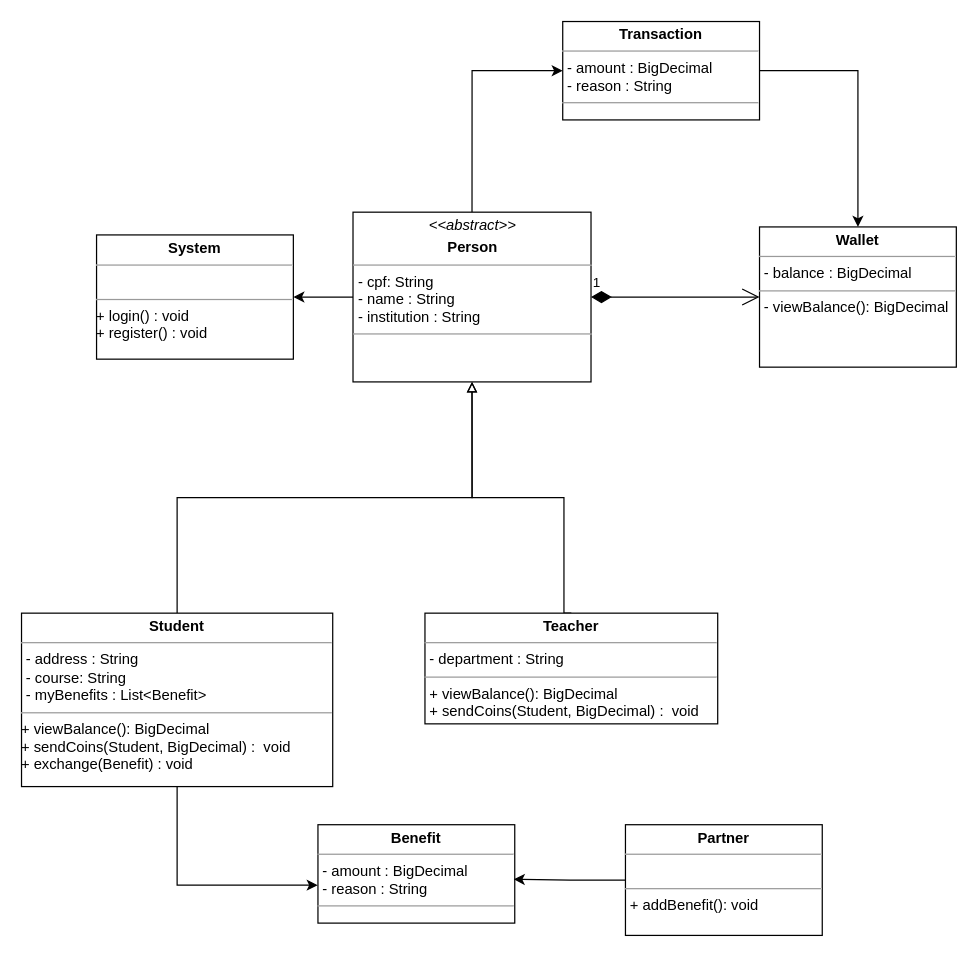
This is projeto/diagramas/diagrama_de_classes/diagrama_de_classes.drawio from pucmg-2023-02-lps-g2/MGS-Projeto-03, a draw.io file, before an edit. Source tidied: cells renumbered, new cells numbered last; positions are measured from the earlier drawing's top-left corner, leaving out a move shared by most shapes. Both pictures are drawn from the tidied source at 123%, with x=0, y=0 at pixel (21, 21).
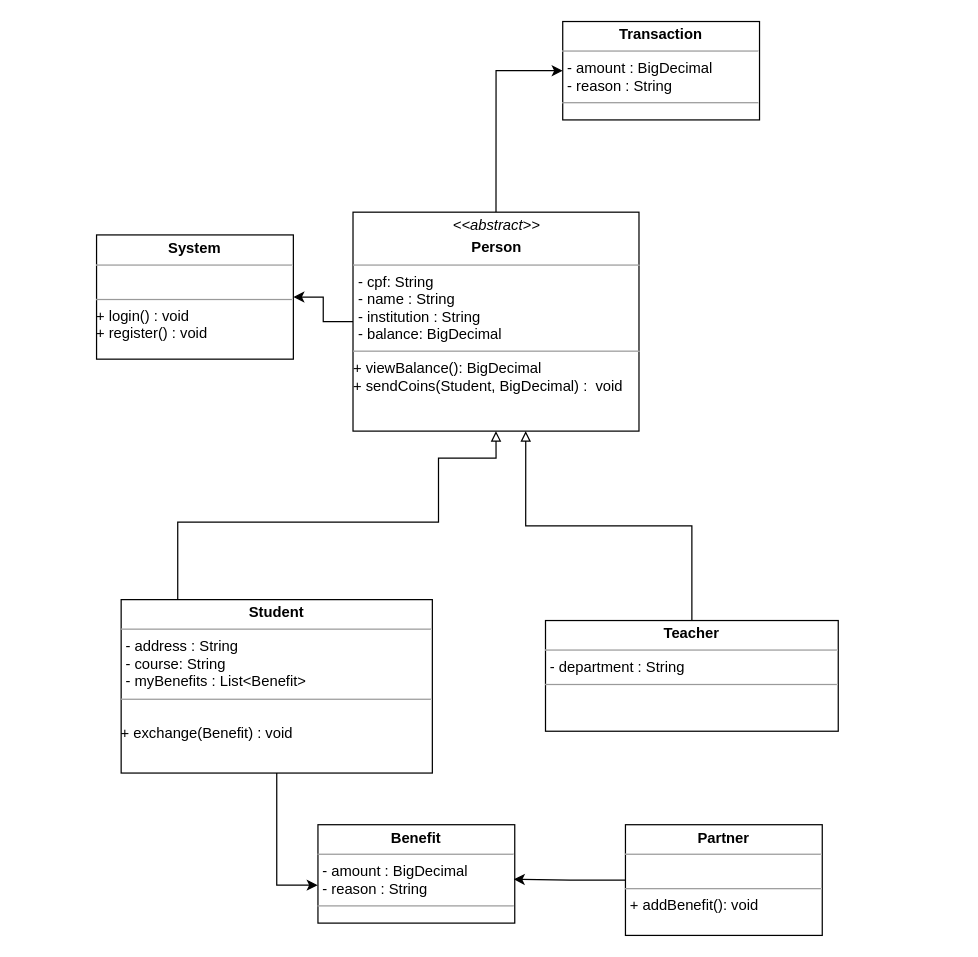
After the change.

Commit message (it also covers changes not shown here):
Correção dos diagramas de classe

What changed in the source:
```diff
@@
 <mxGraphModel>
   <root>
     <mxCell id="0" />
     <mxCell id="1" parent="0" />
     <mxCell id="2" style="edgeStyle=orthogonalEdgeStyle;rounded=0;jettySize=auto;html=1;entryX=0;entryY=0.5;entryDx=0;entryDy=0;exitX=0.5;exitY=0;exitDx=0;exitDy=0;" parent="1" edge="1" source="4" target="13">
       <mxGeometry relative="1" as="geometry" />
     </mxCell>
     <mxCell id="3" style="edgeStyle=orthogonalEdgeStyle;rounded=0;jettySize=auto;html=1;entryX=1;entryY=0.5;entryDx=0;entryDy=0;" parent="1" edge="1" source="4" target="14">
       <mxGeometry relative="1" as="geometry" />
     </mxCell>
-    <mxCell id="4" value="&lt;p style=&quot;margin:0px;margin-top:4px;text-align:center;&quot;&gt;&lt;i&gt;&amp;lt;&amp;lt;abstract&amp;gt;&amp;gt;&lt;b&gt;&lt;br&gt;&lt;/b&gt;&lt;/i&gt;&lt;/p&gt;&lt;p style=&quot;margin:0px;margin-top:4px;text-align:center;&quot;&gt;&lt;b&gt;Person&lt;/b&gt;&lt;/p&gt;&lt;hr size=&quot;1&quot;&gt;&lt;p style=&quot;margin:0px;margin-left:4px;&quot;&gt;- cpf: String&lt;br&gt;&lt;/p&gt;&lt;p style=&quot;margin:0px;margin-left:4px;&quot;&gt;- name : String&lt;/p&gt;&lt;p style=&quot;margin:0px;margin-left:4px;&quot;&gt;- institution : String&lt;br&gt;&lt;/p&gt;&lt;hr size=&quot;1&quot;&gt;" style="verticalAlign=top;align=left;overflow=fill;fontSize=12;fontFamily=Helvetica;html=1;whiteSpace=wrap;" parent="1" vertex="1">
-      <mxGeometry x="269.5" y="155" width="193.5" height="138" as="geometry" />
+    <mxCell id="4" value="&lt;p style=&quot;margin:0px;margin-top:4px;text-align:center;&quot;&gt;&lt;i&gt;&amp;lt;&amp;lt;abstract&amp;gt;&amp;gt;&lt;b&gt;&lt;br&gt;&lt;/b&gt;&lt;/i&gt;&lt;/p&gt;&lt;p style=&quot;margin:0px;margin-top:4px;text-align:center;&quot;&gt;&lt;b&gt;Person&lt;/b&gt;&lt;/p&gt;&lt;hr size=&quot;1&quot;&gt;&lt;p style=&quot;margin:0px;margin-left:4px;&quot;&gt;- cpf: String&lt;br&gt;&lt;/p&gt;&lt;p style=&quot;margin:0px;margin-left:4px;&quot;&gt;- name : String&lt;/p&gt;&lt;p style=&quot;margin:0px;margin-left:4px;&quot;&gt;- institution : String&lt;/p&gt;&lt;p style=&quot;margin:0px;margin-left:4px;&quot;&gt;- balance: BigDecimal&lt;br&gt;&lt;/p&gt;&lt;hr size=&quot;1&quot;&gt;+ viewBalance(): BigDecimal&lt;div align=&quot;left&quot;&gt;+ sendCoins(Student, BigDecimal) :&amp;nbsp; void&lt;/div&gt;&lt;div&gt;&lt;br&gt;&lt;/div&gt;" style="verticalAlign=top;align=left;overflow=fill;fontSize=12;fontFamily=Helvetica;html=1;whiteSpace=wrap;" parent="1" vertex="1">
+      <mxGeometry x="269.5" y="155" width="232.5" height="178" as="geometry" />
     </mxCell>
     <mxCell id="5" style="edgeStyle=orthogonalEdgeStyle;rounded=0;jettySize=auto;html=1;entryX=0.5;entryY=1;entryDx=0;entryDy=0;exitX=0.5;exitY=0;exitDx=0;exitDy=0;endArrow=block;endFill=0;" parent="1" edge="1" source="6" target="4">
-      <mxGeometry relative="1" as="geometry" />
+      <mxGeometry relative="1" as="geometry">
+        <Array as="points">
+          <mxPoint x="127" y="407" />
+          <mxPoint x="339" y="407" />
+          <mxPoint x="339" y="355" />
+          <mxPoint x="386" y="355" />
+        </Array>
+      </mxGeometry>
     </mxCell>
-    <mxCell id="6" value="&lt;p style=&quot;margin:0px;margin-top:4px;text-align:center;&quot;&gt;&lt;b&gt;Student&lt;/b&gt;&lt;/p&gt;&lt;hr size=&quot;1&quot;&gt;&lt;p style=&quot;margin:0px;margin-left:4px;&quot;&gt;- address : String&lt;/p&gt;&lt;p style=&quot;margin:0px;margin-left:4px;&quot;&gt;- course: String&lt;br&gt;&lt;/p&gt;&lt;p style=&quot;margin:0px;margin-left:4px;&quot;&gt;- myBenefits : List&amp;lt;Benefit&amp;gt;&lt;/p&gt;&lt;hr size=&quot;1&quot;&gt;+ viewBalance(): BigDecimal&lt;div align=&quot;left&quot;&gt;+ sendCoins(Student, BigDecimal) :&amp;nbsp; void&lt;/div&gt;&lt;div align=&quot;left&quot;&gt;+ exchange(Benefit) : void&lt;br&gt;&lt;/div&gt;" style="verticalAlign=top;align=left;overflow=fill;fontSize=12;fontFamily=Helvetica;html=1;whiteSpace=wrap;" parent="1" vertex="1">
-      <mxGeometry y="481" width="253" height="141" as="geometry" />
+    <mxCell id="6" value="&lt;p style=&quot;margin:0px;margin-top:4px;text-align:center;&quot;&gt;&lt;b&gt;Student&lt;/b&gt;&lt;/p&gt;&lt;hr size=&quot;1&quot;&gt;&lt;p style=&quot;margin:0px;margin-left:4px;&quot;&gt;- address : String&lt;/p&gt;&lt;p style=&quot;margin:0px;margin-left:4px;&quot;&gt;- course: String&lt;br&gt;&lt;/p&gt;&lt;p style=&quot;margin:0px;margin-left:4px;&quot;&gt;- myBenefits : List&amp;lt;Benefit&amp;gt;&lt;/p&gt;&lt;hr size=&quot;1&quot;&gt;&lt;br&gt;&lt;div align=&quot;left&quot;&gt;+ exchange(Benefit) : void&lt;br&gt;&lt;/div&gt;" style="verticalAlign=top;align=left;overflow=fill;fontSize=12;fontFamily=Helvetica;html=1;whiteSpace=wrap;" parent="1" vertex="1">
+      <mxGeometry x="81" y="470" width="253" height="141" as="geometry" />
     </mxCell>
-    <mxCell id="7" style="edgeStyle=orthogonalEdgeStyle;rounded=0;jettySize=auto;html=1;entryX=0.5;entryY=1;entryDx=0;entryDy=0;endArrow=block;endFill=0;exitX=0.5;exitY=0;exitDx=0;exitDy=0;" parent="1" edge="1" source="8" target="4">
-      <mxGeometry relative="1" as="geometry">
-        <Array as="points">
-          <mxPoint x="441" y="481" />
-          <mxPoint x="441" y="387" />
-          <mxPoint x="366" y="387" />
-        </Array>
-      </mxGeometry>
-    </mxCell>
-    <mxCell id="8" value="&lt;p style=&quot;margin:0px;margin-top:4px;text-align:center;&quot;&gt;&lt;b&gt;Teacher&lt;/b&gt;&lt;/p&gt;&lt;hr size=&quot;1&quot;&gt;&lt;p style=&quot;margin:0px;margin-left:4px;&quot;&gt;- department : String&lt;br&gt;&lt;/p&gt;&lt;hr size=&quot;1&quot;&gt;&lt;p style=&quot;margin:0px;margin-left:4px;&quot;&gt;+ viewBalance(): BigDecimal&lt;/p&gt;&lt;p style=&quot;margin:0px;margin-left:4px;&quot;&gt;+ sendCoins(Student, BigDecimal) :&amp;nbsp; void&lt;/p&gt;" style="verticalAlign=top;align=left;overflow=fill;fontSize=12;fontFamily=Helvetica;html=1;whiteSpace=wrap;" parent="1" vertex="1">
-      <mxGeometry x="328" y="481" width="238" height="90" as="geometry" />
+    <mxCell id="8" value="&lt;p style=&quot;margin:0px;margin-top:4px;text-align:center;&quot;&gt;&lt;b&gt;Teacher&lt;/b&gt;&lt;/p&gt;&lt;hr size=&quot;1&quot;&gt;&lt;p style=&quot;margin:0px;margin-left:4px;&quot;&gt;- department : String&lt;br&gt;&lt;/p&gt;&lt;hr size=&quot;1&quot;&gt;" style="verticalAlign=top;align=left;overflow=fill;fontSize=12;fontFamily=Helvetica;html=1;whiteSpace=wrap;" parent="1" vertex="1">
+      <mxGeometry x="426" y="487" width="238" height="90" as="geometry" />
     </mxCell>
     <mxCell id="9" value="&lt;p style=&quot;margin:0px;margin-top:4px;text-align:center;&quot;&gt;&lt;b&gt;Partner&lt;/b&gt;&lt;/p&gt;&lt;hr size=&quot;1&quot;&gt;&lt;p style=&quot;margin:0px;margin-left:4px;&quot;&gt;&lt;br&gt;&lt;/p&gt;&lt;hr size=&quot;1&quot;&gt;&lt;p style=&quot;margin:0px;margin-left:4px;&quot;&gt;+ addBenefit(): void&lt;/p&gt;" style="verticalAlign=top;align=left;overflow=fill;fontSize=12;fontFamily=Helvetica;html=1;whiteSpace=wrap;" parent="1" vertex="1">
       <mxGeometry x="491" y="653" width="160" height="90" as="geometry" />
     </mxCell>
-    <mxCell id="10" value="&lt;p style=&quot;margin:0px;margin-top:4px;text-align:center;&quot;&gt;&lt;b&gt;Wallet&lt;/b&gt;&lt;/p&gt;&lt;hr size=&quot;1&quot;&gt;&lt;p style=&quot;margin:0px;margin-left:4px;&quot;&gt;- balance : BigDecimal&lt;br&gt;&lt;/p&gt;&lt;hr size=&quot;1&quot;&gt;&lt;p style=&quot;margin:0px;margin-left:4px;&quot;&gt;- viewBalance(): BigDecimal&lt;/p&gt;" style="verticalAlign=top;align=left;overflow=fill;fontSize=12;fontFamily=Helvetica;html=1;whiteSpace=wrap;" parent="1" vertex="1">
-      <mxGeometry x="600" y="167" width="160" height="114" as="geometry" />
-    </mxCell>
-    <mxCell id="11" value="1" style="endArrow=open;html=1;endSize=12;startArrow=diamondThin;startSize=14;startFill=1;edgeStyle=orthogonalEdgeStyle;align=left;verticalAlign=bottom;rounded=0;exitX=1;exitY=0.5;exitDx=0;exitDy=0;entryX=0;entryY=0.5;entryDx=0;entryDy=0;" parent="1" edge="1" source="4" target="10">
-      <mxGeometry x="-1" y="3" relative="1" as="geometry" />
-    </mxCell>
-    <mxCell id="12" style="edgeStyle=orthogonalEdgeStyle;rounded=0;jettySize=auto;html=1;entryX=0.5;entryY=0;entryDx=0;entryDy=0;exitX=1;exitY=0.5;exitDx=0;exitDy=0;" parent="1" edge="1" source="13" target="10">
-      <mxGeometry relative="1" as="geometry" />
-    </mxCell>
     <mxCell id="13" value="&lt;p style=&quot;margin:0px;margin-top:4px;text-align:center;&quot;&gt;&lt;b&gt;Transaction&lt;/b&gt;&lt;/p&gt;&lt;hr size=&quot;1&quot;&gt;&lt;p style=&quot;margin:0px;margin-left:4px;&quot;&gt;- amount : BigDecimal&lt;br&gt;- reason : String&lt;/p&gt;&lt;hr size=&quot;1&quot;&gt;&lt;p style=&quot;margin:0px;margin-left:4px;&quot;&gt;&lt;br&gt;&lt;/p&gt;" style="verticalAlign=top;align=left;overflow=fill;fontSize=12;fontFamily=Helvetica;html=1;whiteSpace=wrap;" parent="1" vertex="1">
       <mxGeometry x="440" width="160" height="80" as="geometry" />
     </mxCell>
     <mxCell id="14" value="&lt;p style=&quot;margin:0px;margin-top:4px;text-align:center;&quot;&gt;&lt;b&gt;System&lt;/b&gt;&lt;/p&gt;&lt;hr size=&quot;1&quot;&gt;&lt;br&gt;&lt;hr size=&quot;1&quot;&gt;&lt;div&gt;+ login() : void&lt;/div&gt;&lt;div&gt;+ register() : void&lt;br&gt;&lt;/div&gt;" style="verticalAlign=top;align=left;overflow=fill;fontSize=12;fontFamily=Helvetica;html=1;whiteSpace=wrap;" parent="1" vertex="1">
       <mxGeometry x="61" y="173.5" width="160" height="101" as="geometry" />
     </mxCell>
     <mxCell id="15" value="&lt;p style=&quot;margin:0px;margin-top:4px;text-align:center;&quot;&gt;&lt;b&gt;Benefit&lt;/b&gt;&lt;/p&gt;&lt;hr size=&quot;1&quot;&gt;&lt;p style=&quot;margin:0px;margin-left:4px;&quot;&gt;- amount : BigDecimal&lt;br&gt;- reason : String&lt;/p&gt;&lt;hr size=&quot;1&quot;&gt;&lt;p style=&quot;margin:0px;margin-left:4px;&quot;&gt;&lt;br&gt;&lt;/p&gt;" style="verticalAlign=top;align=left;overflow=fill;fontSize=12;fontFamily=Helvetica;html=1;whiteSpace=wrap;" parent="1" vertex="1">
       <mxGeometry x="241" y="653" width="160" height="80" as="geometry" />
     </mxCell>
     <mxCell id="16" style="edgeStyle=orthogonalEdgeStyle;rounded=0;jettySize=auto;html=1;entryX=0.995;entryY=0.555;entryDx=0;entryDy=0;entryPerimeter=0;exitX=0;exitY=0.5;exitDx=0;exitDy=0;" parent="1" edge="1" source="9" target="15">
       <mxGeometry relative="1" as="geometry" />
     </mxCell>
     <mxCell id="17" style="edgeStyle=orthogonalEdgeStyle;rounded=0;jettySize=auto;html=1;entryX=-0.001;entryY=0.614;entryDx=0;entryDy=0;entryPerimeter=0;exitX=0.5;exitY=1;exitDx=0;exitDy=0;" parent="1" edge="1" source="6" target="15">
       <mxGeometry relative="1" as="geometry" />
     </mxCell>
+    <mxCell id="7" style="edgeStyle=orthogonalEdgeStyle;rounded=0;jettySize=auto;html=1;exitX=0.5;exitY=0;exitDx=0;exitDy=0;entryX=0.604;entryY=1;entryDx=0;entryDy=0;entryPerimeter=0;endArrow=block;endFill=0;" parent="1" edge="1" source="8" target="4">
+      <mxGeometry relative="1" as="geometry" />
+    </mxCell>
   </root>
 </mxGraphModel>
```
